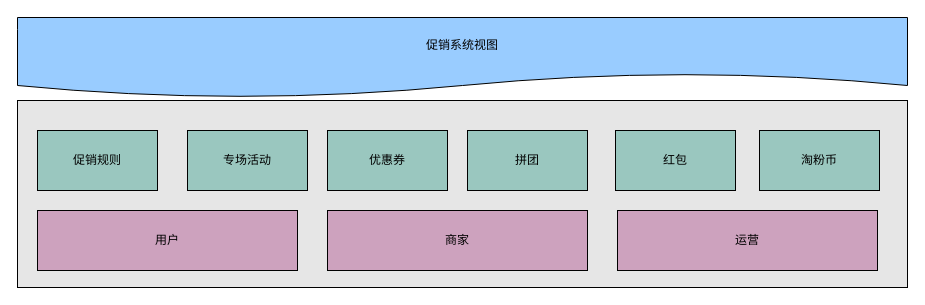
This is page "促销" (3 of 8) of src/dragon.drawio from ab-doc/draw.io, a draw.io file, before an edit. Source tidied: cells renumbered, new cells numbered last; positions are measured from the earlier drawing's top-left corner, leaving out a move shared by most shapes. Both pictures are drawn from the tidied source at 100%, with x=0, y=0 at pixel (17, 17).
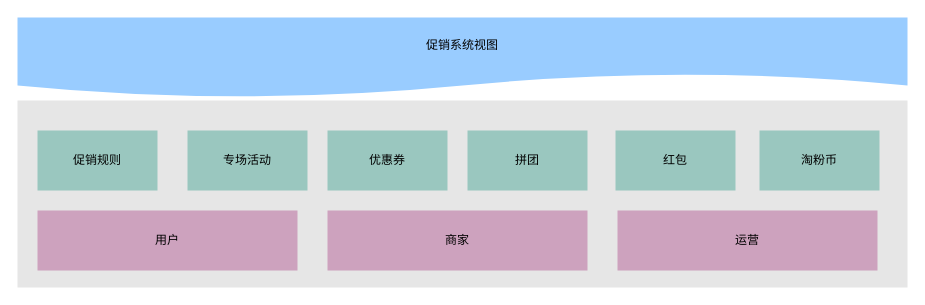
After the change.

Change to the diagram source:
```diff
@@
 <mxGraphModel>
   <root>
     <mxCell id="0" />
     <mxCell id="1" parent="0" />
     <mxCell id="2" style="group;" parent="1" vertex="1">
       <mxGeometry width="890" height="270" as="geometry" />
     </mxCell>
-    <mxCell id="3" value="促销系统视图" style="shape=document;whiteSpace=wrap;html=1;boundedLbl=1;rounded=0;fillColor=#99CCFF;" parent="2" vertex="1">
+    <mxCell id="3" value="促销系统视图" style="shape=document;whiteSpace=wrap;html=1;boundedLbl=1;rounded=0;fillColor=#99CCFF;strokeColor=none;" parent="2" vertex="1">
       <mxGeometry width="890" height="80" as="geometry" />
     </mxCell>
-    <mxCell id="4" style="rounded=0;whiteSpace=wrap;html=1;fillColor=#E6E6E6;" parent="2" vertex="1">
+    <mxCell id="4" style="rounded=0;whiteSpace=wrap;html=1;fillColor=#E6E6E6;strokeColor=none;" parent="2" vertex="1">
       <mxGeometry y="83" width="890" height="187" as="geometry" />
     </mxCell>
-    <mxCell id="5" value="促销规则" style="rounded=0;whiteSpace=wrap;html=1;fillColor=#9AC7BF;" parent="2" vertex="1">
+    <mxCell id="5" value="促销规则" style="rounded=0;whiteSpace=wrap;html=1;fillColor=#9AC7BF;strokeColor=none;" parent="2" vertex="1">
       <mxGeometry x="20" y="113" width="120" height="60" as="geometry" />
     </mxCell>
-    <mxCell id="6" value="专场活动" style="rounded=0;whiteSpace=wrap;html=1;fillColor=#9AC7BF;" parent="2" vertex="1">
+    <mxCell id="6" value="专场活动" style="rounded=0;whiteSpace=wrap;html=1;fillColor=#9AC7BF;strokeColor=none;" parent="2" vertex="1">
       <mxGeometry x="170" y="113" width="120" height="60" as="geometry" />
     </mxCell>
-    <mxCell id="7" value="优惠券" style="rounded=0;whiteSpace=wrap;html=1;fillColor=#9AC7BF;" parent="2" vertex="1">
+    <mxCell id="7" value="优惠券" style="rounded=0;whiteSpace=wrap;html=1;fillColor=#9AC7BF;strokeColor=none;" parent="2" vertex="1">
       <mxGeometry x="310" y="113" width="120" height="60" as="geometry" />
     </mxCell>
-    <mxCell id="8" value="拼团" style="rounded=0;whiteSpace=wrap;html=1;fillColor=#9AC7BF;" parent="2" vertex="1">
+    <mxCell id="8" value="拼团" style="rounded=0;whiteSpace=wrap;html=1;fillColor=#9AC7BF;strokeColor=none;" parent="2" vertex="1">
       <mxGeometry x="450" y="113" width="120" height="60" as="geometry" />
     </mxCell>
-    <mxCell id="9" value="用户" style="rounded=0;whiteSpace=wrap;html=1;fillColor=#CDA2BE;" parent="2" vertex="1">
+    <mxCell id="9" value="用户" style="rounded=0;whiteSpace=wrap;html=1;fillColor=#CDA2BE;strokeColor=none;" parent="2" vertex="1">
       <mxGeometry x="20" y="193" width="260" height="60" as="geometry" />
     </mxCell>
-    <mxCell id="10" value="商家" style="rounded=0;whiteSpace=wrap;html=1;fillColor=#CDA2BE;" parent="2" vertex="1">
+    <mxCell id="10" value="商家" style="rounded=0;whiteSpace=wrap;html=1;fillColor=#CDA2BE;strokeColor=none;" parent="2" vertex="1">
       <mxGeometry x="310" y="193" width="260" height="60" as="geometry" />
     </mxCell>
-    <mxCell id="11" value="运营" style="rounded=0;whiteSpace=wrap;html=1;fillColor=#CDA2BE;" parent="2" vertex="1">
+    <mxCell id="11" value="运营" style="rounded=0;whiteSpace=wrap;html=1;fillColor=#CDA2BE;strokeColor=none;" parent="2" vertex="1">
       <mxGeometry x="600" y="193" width="260" height="60" as="geometry" />
     </mxCell>
-    <mxCell id="12" value="红包" style="rounded=0;whiteSpace=wrap;html=1;fillColor=#9AC7BF;" parent="2" vertex="1">
+    <mxCell id="12" value="红包" style="rounded=0;whiteSpace=wrap;html=1;fillColor=#9AC7BF;strokeColor=none;" parent="2" vertex="1">
       <mxGeometry x="598" y="113" width="120" height="60" as="geometry" />
     </mxCell>
-    <mxCell id="13" value="淘粉币" style="rounded=0;whiteSpace=wrap;html=1;fillColor=#9AC7BF;" parent="2" vertex="1">
+    <mxCell id="13" value="淘粉币" style="rounded=0;whiteSpace=wrap;html=1;fillColor=#9AC7BF;strokeColor=none;" parent="2" vertex="1">
       <mxGeometry x="742" y="113" width="120" height="60" as="geometry" />
     </mxCell>
   </root>
 </mxGraphModel>
```
